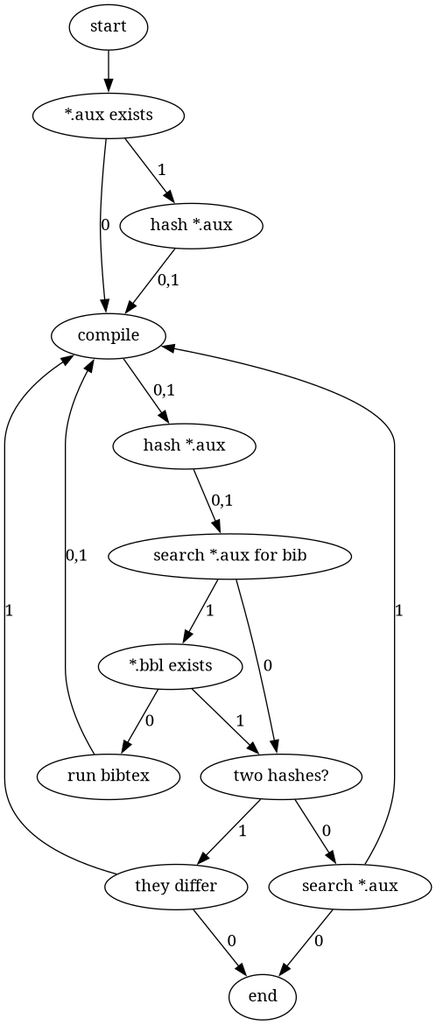
This is plan/pass-logic.png from bradencarlson/trex, a Graphviz export, as it was before one commit. Its source is kept beside it as plan/pass-logic.gv.
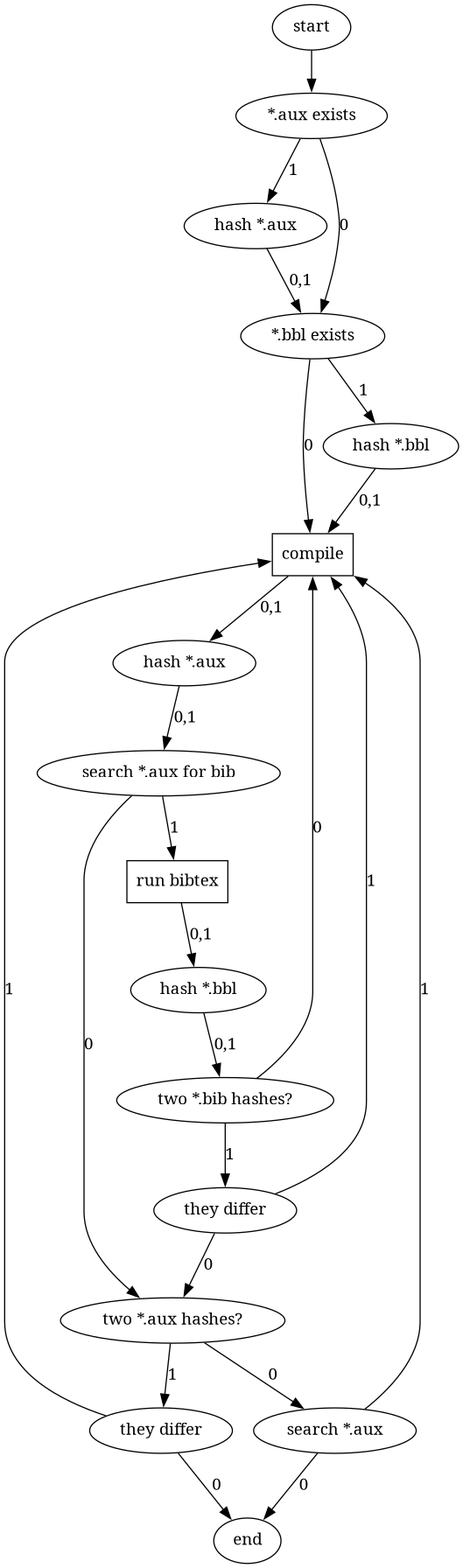
After the change.

Diff of the diagram source:
```diff
@@ -1,35 +1,48 @@
 digraph {
         s [label="start"]
-        c [label="compile"]
+        c [label="compile",shape="box"]
         e [label="*.aux exists"]
         h1 [label="hash *.aux"]
         h2 [label="hash *.aux"]
-        comp [label="two hashes?"]
-        diff [label="they differ"]
+        two_hash_aux [label="two *.aux hashes?"]
+        diff1 [label="they differ"]
+        diff2 [label="they differ"]
         end [label="end"]
         search [label="search *.aux"]
         search_bib [label="search *.aux for bib"]
-        bib [label="run bibtex"]
+        bib [label="run bibtex",shape="box"]
         e_bbl [label="*.bbl exists"]
+        hash_b1 [label="hash *.bbl"]
+        hash_b2 [label="hash *.bbl"]
+        two_hash_bib [label="two *.bib hashes?"]
 
         s -> e
 
         e -> h1 [label="1"]
-        e -> c [label="0"]
-        h1 -> c [label="0,1"]
+        e -> e_bbl [label="0"]
+        h1 -> e_bbl [label="0,1"]
+        e_bbl -> hash_b1 [label="1"]
+        e_bbl -> c [label="0"]
+        hash_b1 -> c [label="0,1"]
+
+
         c -> h2 [label="0,1"]
         h2 -> search_bib [label="0,1"]
-        search_bib -> e_bbl [label="1"]
-        e_bbl -> bib [label="0"]
-        e_bbl -> comp [label="1"]
-        bib -> c [label="0,1"]
-        search_bib -> comp [label="0"]
+        search_bib -> bib [label="1"]
+        bib -> hash_b2 [label="0,1"]
+        hash_b2 -> two_hash_bib [label="0,1"]
+        two_hash_bib -> diff2 [label="1"]
+        two_hash_bib -> c [label="0"]
+        diff2 -> c [label="1"]
+        diff2 -> two_hash_aux [label="0"]
 
-        comp -> diff [label="1"]
-        diff -> c [label="1"]
-        diff -> end [label="0"]
+        search_bib -> two_hash_aux [label="0"]
 
-        comp -> search [label="0"]
+        two_hash_aux -> diff1 [label="1"]
+        diff1 -> c [label="1"]
+        diff1 -> end [label="0"]
+
+        two_hash_aux -> search [label="0"]
         search -> c [label="1"]
         search -> end [label="0"]
 
```
